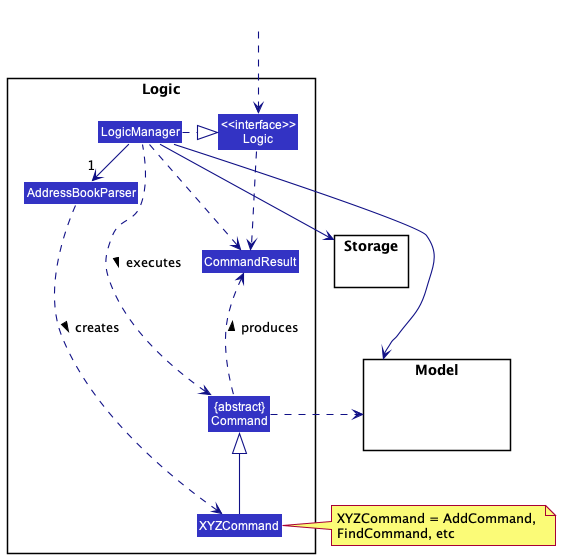
Before: docs/images/LogicClassDiagram.png, a diagram exported from PlantUML (nus-cs2103-AY2223S2/tp).
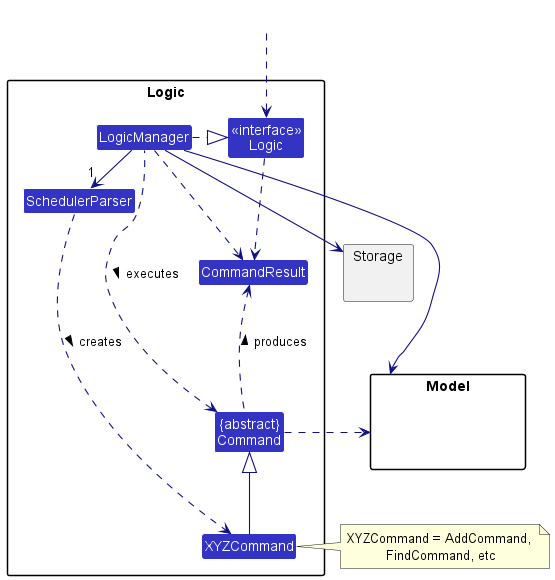
After the change.

What changed in the source:
```diff
@@ -4,31 +4,28 @@
 skinparam arrowColor LOGIC_COLOR_T4
 skinparam classBackgroundColor LOGIC_COLOR
 
-package Logic {
-
-Class AddressBookParser
+Package Logic as LogicPackage {
+Class SchedulerParser
 Class XYZCommand
 Class CommandResult
 Class "{abstract}\nCommand" as Command
-
 
 Class "<<interface>>\nLogic" as Logic
 Class LogicManager
 }
 
-package Model{
+Package Model{
 Class HiddenModel #FFFFFF
 }
 
-package Storage{
-}
+Package Storage{}
 
 Class HiddenOutside #FFFFFF
 HiddenOutside ..> Logic
 
 LogicManager .right.|> Logic
-LogicManager -right->"1" AddressBookParser
-AddressBookParser ..> XYZCommand : creates >
+LogicManager -right->"1" SchedulerParser
+SchedulerParser ..> XYZCommand : creates >
 
 XYZCommand -up-|> Command
 LogicManager .left.> Command : executes >
```
